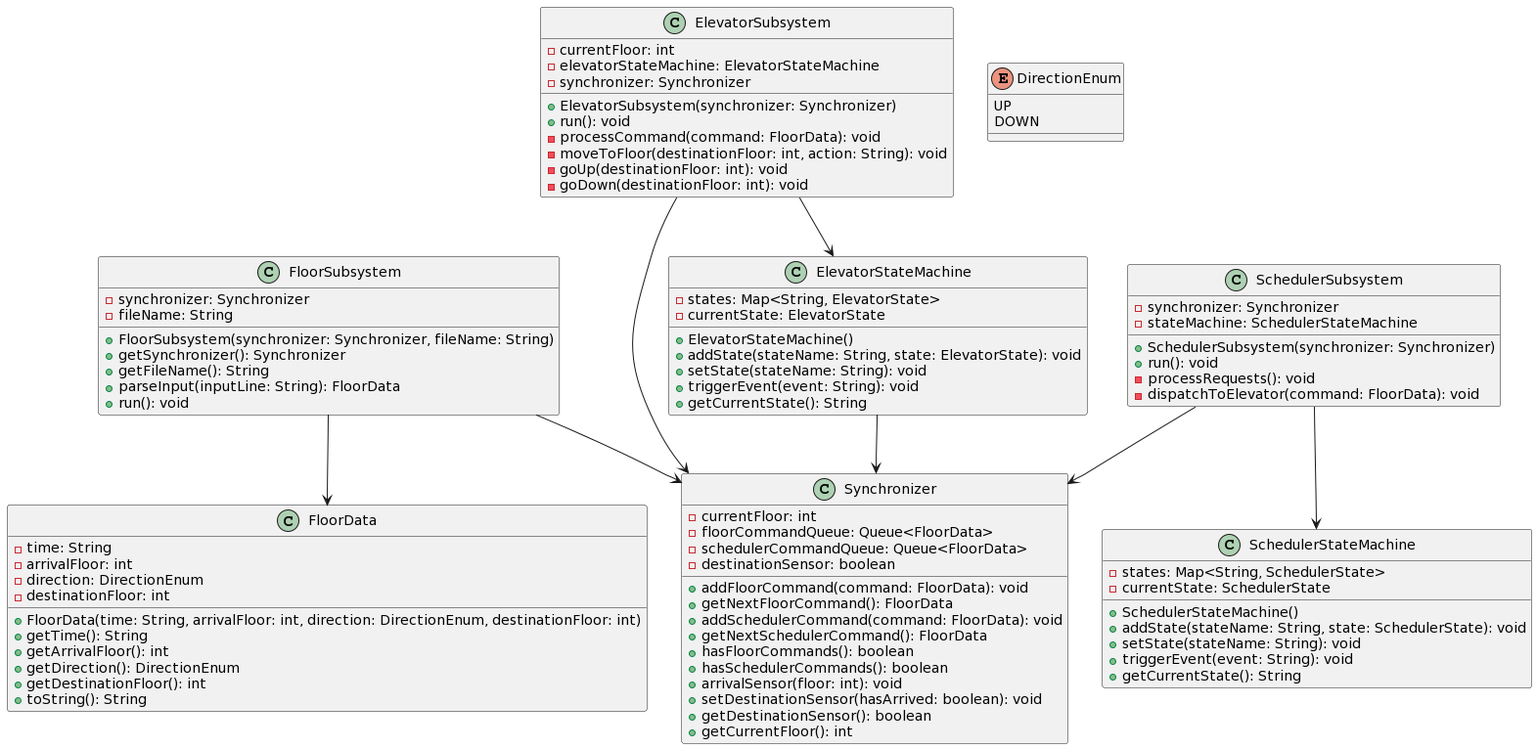
Above: Documentation/Iteration_2/Subsystem_StateMachine_UML_Class_Diagrams.png in Zhangjason308/SYSC3303Project (PlantUML), before the change.
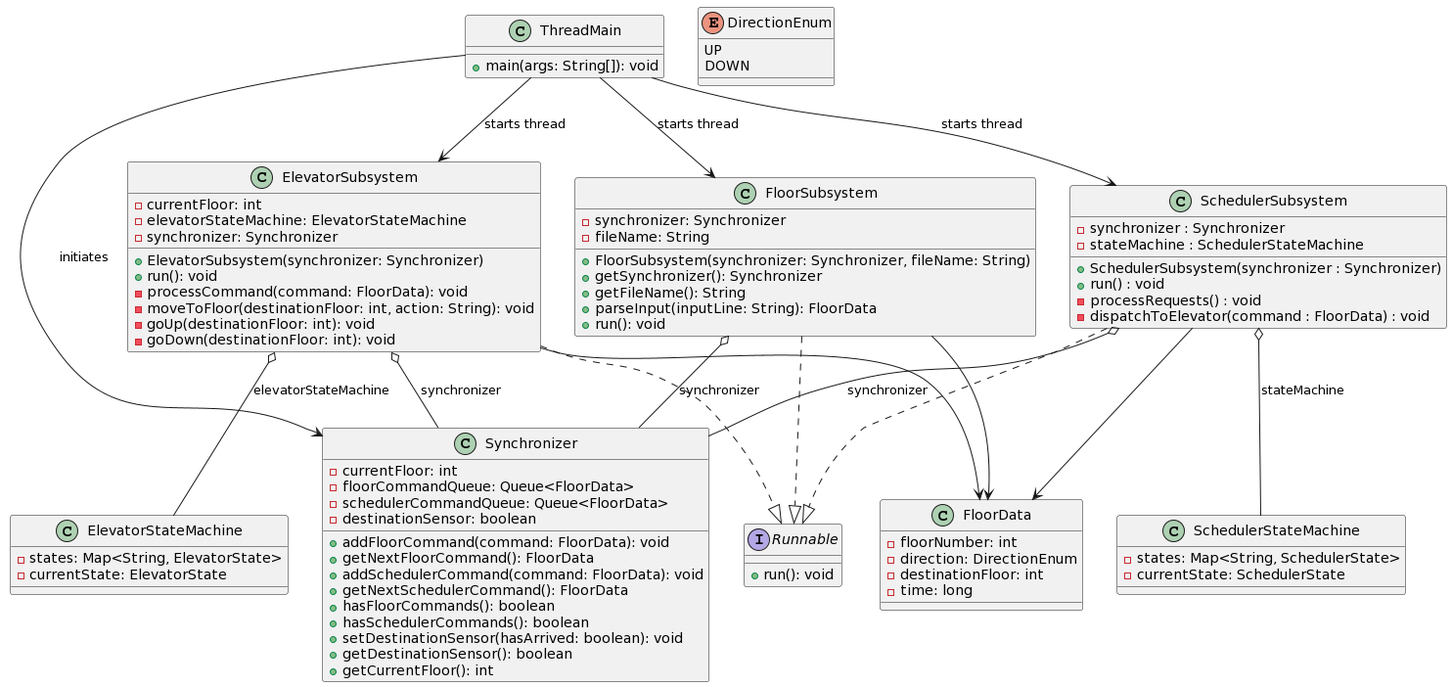
After the change.

Commit message:
Updated UML Class Diagrams

Diff of the diagram source:
```diff
@@ -1,102 +1,101 @@
 @startuml
 class FloorData {
-  - time: String
-  - arrivalFloor: int
+  - floorNumber: int
   - direction: DirectionEnum
   - destinationFloor: int
-  + FloorData(time: String, arrivalFloor: int, direction: DirectionEnum, destinationFloor: int)
-  + getTime(): String
-  + getArrivalFloor(): int
-  + getDirection(): DirectionEnum
-  + getDestinationFloor(): int
-  + toString(): String
+  - time: long
 }
+
+class ThreadMain {
+  +main(args: String[]): void
+}
+
+ThreadMain -down-> Synchronizer : initiates
+ThreadMain -down-> FloorSubsystem : starts thread
+ThreadMain -down-> ElevatorSubsystem : starts thread
+ThreadMain -down-> SchedulerSubsystem : starts thread
 
 enum DirectionEnum {
   UP
   DOWN
 }
-
 class Synchronizer {
-  - currentFloor: int
-  - floorCommandQueue: Queue<FloorData>
-  - schedulerCommandQueue: Queue<FloorData>
-  - destinationSensor: boolean
-  + addFloorCommand(command: FloorData): void
-  + getNextFloorCommand(): FloorData
-  + addSchedulerCommand(command: FloorData): void
-  + getNextSchedulerCommand(): FloorData
-  + hasFloorCommands(): boolean
-  + hasSchedulerCommands(): boolean
-  + arrivalSensor(floor: int): void
-  + setDestinationSensor(hasArrived: boolean): void
-  + getDestinationSensor(): boolean
-  + getCurrentFloor(): int
+  -currentFloor: int
+  -floorCommandQueue: Queue<FloorData>
+  -schedulerCommandQueue: Queue<FloorData>
+  -destinationSensor: boolean
+  +addFloorCommand(command: FloorData): void
+  +getNextFloorCommand(): FloorData
+  +addSchedulerCommand(command: FloorData): void
+  +getNextSchedulerCommand(): FloorData
+  +hasFloorCommands(): boolean
+  +hasSchedulerCommands(): boolean
+  +setDestinationSensor(hasArrived: boolean): void
+  +getDestinationSensor(): boolean
+  +getCurrentFloor(): int
 }
 
-class ElevatorStateMachine {
-  - states: Map<String, ElevatorState>
-  - currentState: ElevatorState
-  + ElevatorStateMachine()
-  + addState(stateName: String, state: ElevatorState): void
-  + setState(stateName: String): void
-  + triggerEvent(event: String): void
-  + getCurrentState(): String
+class FloorSubsystem {
+  -synchronizer: Synchronizer
+  -fileName: String
+  +FloorSubsystem(synchronizer: Synchronizer, fileName: String)
+  +getSynchronizer(): Synchronizer
+  +getFileName(): String
+  +parseInput(inputLine: String): FloorData
+  +run(): void
 }
 
+class SchedulerSubsystem {
+  -synchronizer : Synchronizer
+  -stateMachine : SchedulerStateMachine
+
+  +SchedulerSubsystem(synchronizer : Synchronizer)
+  +run() : void
+  -processRequests() : void
+  -dispatchToElevator(command : FloorData) : void
+}
 
 class SchedulerStateMachine {
   - states: Map<String, SchedulerState>
   - currentState: SchedulerState
-  + SchedulerStateMachine()
-  + addState(stateName: String, state: SchedulerState): void
-  + setState(stateName: String): void
-  + triggerEvent(event: String): void
-  + getCurrentState(): String
+}
+class ElevatorSubsystem {
+  -currentFloor: int
+  -elevatorStateMachine: ElevatorStateMachine
+  -synchronizer: Synchronizer
+  +ElevatorSubsystem(synchronizer: Synchronizer)
+  +run(): void
+  -processCommand(command: FloorData): void
+  -moveToFloor(destinationFloor: int, action: String): void
+  -goUp(destinationFloor: int): void
+  -goDown(destinationFloor: int): void
+}
+
+
+class ElevatorStateMachine {
+  -states: Map<String, ElevatorState>
+  -currentState: ElevatorState
+}
+
+
+interface Runnable {
+  +run(): void
 }
 
 
 
-class SchedulerSubsystem {
-  - synchronizer: Synchronizer
-  - stateMachine: SchedulerStateMachine
-  + SchedulerSubsystem(synchronizer: Synchronizer)
-  + run(): void
-  - processRequests(): void
-  - dispatchToElevator(command: FloorData): void
-}
+FloorSubsystem ..|> Runnable
+ElevatorSubsystem ..|> Runnable
+SchedulerSubsystem ..|> Runnable
 
-class ElevatorSubsystem {
-  - currentFloor: int
-  - elevatorStateMachine: ElevatorStateMachine
-  - synchronizer: Synchronizer
-  + ElevatorSubsystem(synchronizer: Synchronizer)
-  + run(): void
-  - processCommand(command: FloorData): void
-  - moveToFloor(destinationFloor: int, action: String): void
-  - goUp(destinationFloor: int): void
-  - goDown(destinationFloor: int): void
-}
+FloorSubsystem o-- Synchronizer : synchronizer
+ElevatorSubsystem o-- Synchronizer : synchronizer
+SchedulerSubsystem o-- Synchronizer : synchronizer
 
-class FloorSubsystem {
-  - synchronizer: Synchronizer
-  - fileName: String
-  + FloorSubsystem(synchronizer: Synchronizer, fileName: String)
-  + getSynchronizer(): Synchronizer
-  + getFileName(): String
-  + parseInput(inputLine: String): FloorData
-  + run(): void
-}
+SchedulerSubsystem o-- SchedulerStateMachine : stateMachine
+ElevatorSubsystem o-- ElevatorStateMachine : elevatorStateMachine
 
-
-ElevatorSubsystem --> ElevatorStateMachine
-ElevatorSubsystem --> Synchronizer
-
-SchedulerSubsystem --> SchedulerStateMachine
-SchedulerSubsystem --> Synchronizer
-
-FloorSubsystem --> Synchronizer
-FloorSubsystem --> FloorData
-
-ElevatorStateMachine --> Synchronizer
+SchedulerSubsystem -->   FloorData
+ElevatorSubsystem -->    FloorData
+FloorSubsystem -->   FloorData
 @enduml
```
